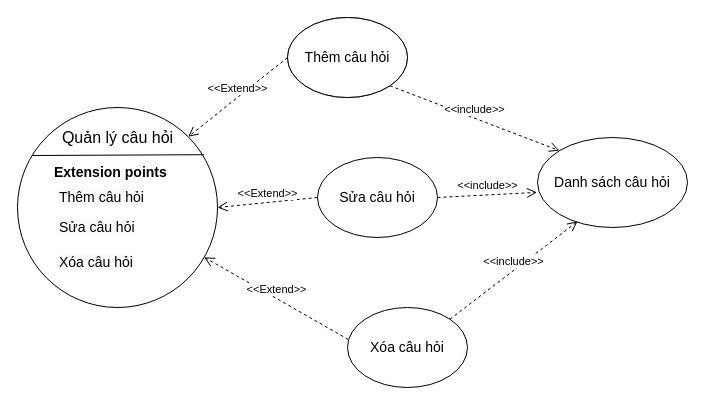
Thangvanle2000/dkt-learning keeps this draw.io diagram as Đề cương/Diagram/admin-cauhoi.drawio. Above is the earlier version. Source tidied: cells renumbered, new cells numbered last; positions are measured from the earlier drawing's top-left corner, leaving out a move shared by most shapes. Both pictures are drawn from the tidied source at 100%, with x=0, y=0 at pixel (17, 17).
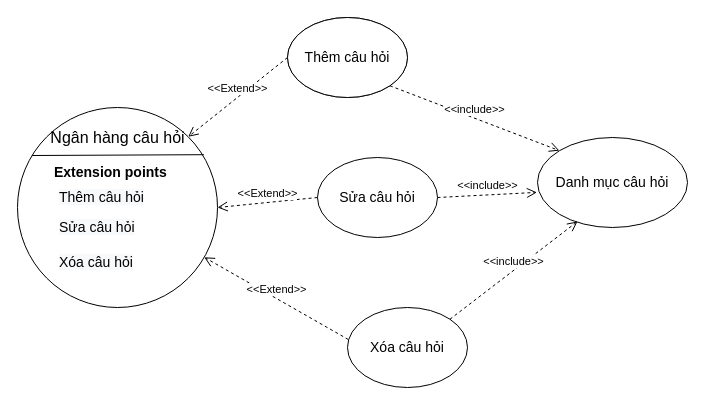
After the change.

The edit, as a diff of the source:
```diff
@@
-    <mxCell id="4" value="&lt;font style=&quot;font-size: 16px&quot;&gt;Quản lý câu hỏi&lt;/font&gt;" style="text;html=1;align=center;verticalAlign=middle;strokeColor=none;fillColor=none;" parent="1" vertex="1">
-      <mxGeometry x="35" y="110" width="130" height="20" as="geometry" />
+    <mxCell id="4" value="&lt;font style=&quot;font-size: 16px&quot;&gt;Ngân hàng câu hỏi&lt;/font&gt;" style="text;html=1;align=center;verticalAlign=middle;strokeColor=none;fillColor=none;" parent="1" vertex="1">
+      <mxGeometry x="25" y="110" width="150" height="20" as="geometry" />
     </mxCell>
@@
-    <mxCell id="9" value="&lt;font style=&quot;font-size: 14px&quot;&gt;Danh sách câu hỏi&lt;/font&gt;" style="ellipse;whiteSpace=wrap;html=1;" parent="1" vertex="1">
+    <mxCell id="9" value="&lt;font style=&quot;font-size: 14px&quot;&gt;Danh mục câu hỏi&lt;/font&gt;" style="ellipse;whiteSpace=wrap;html=1;" parent="1" vertex="1">
       <mxGeometry x="520" y="120" width="150" height="90" as="geometry" />
     </mxCell>
```
